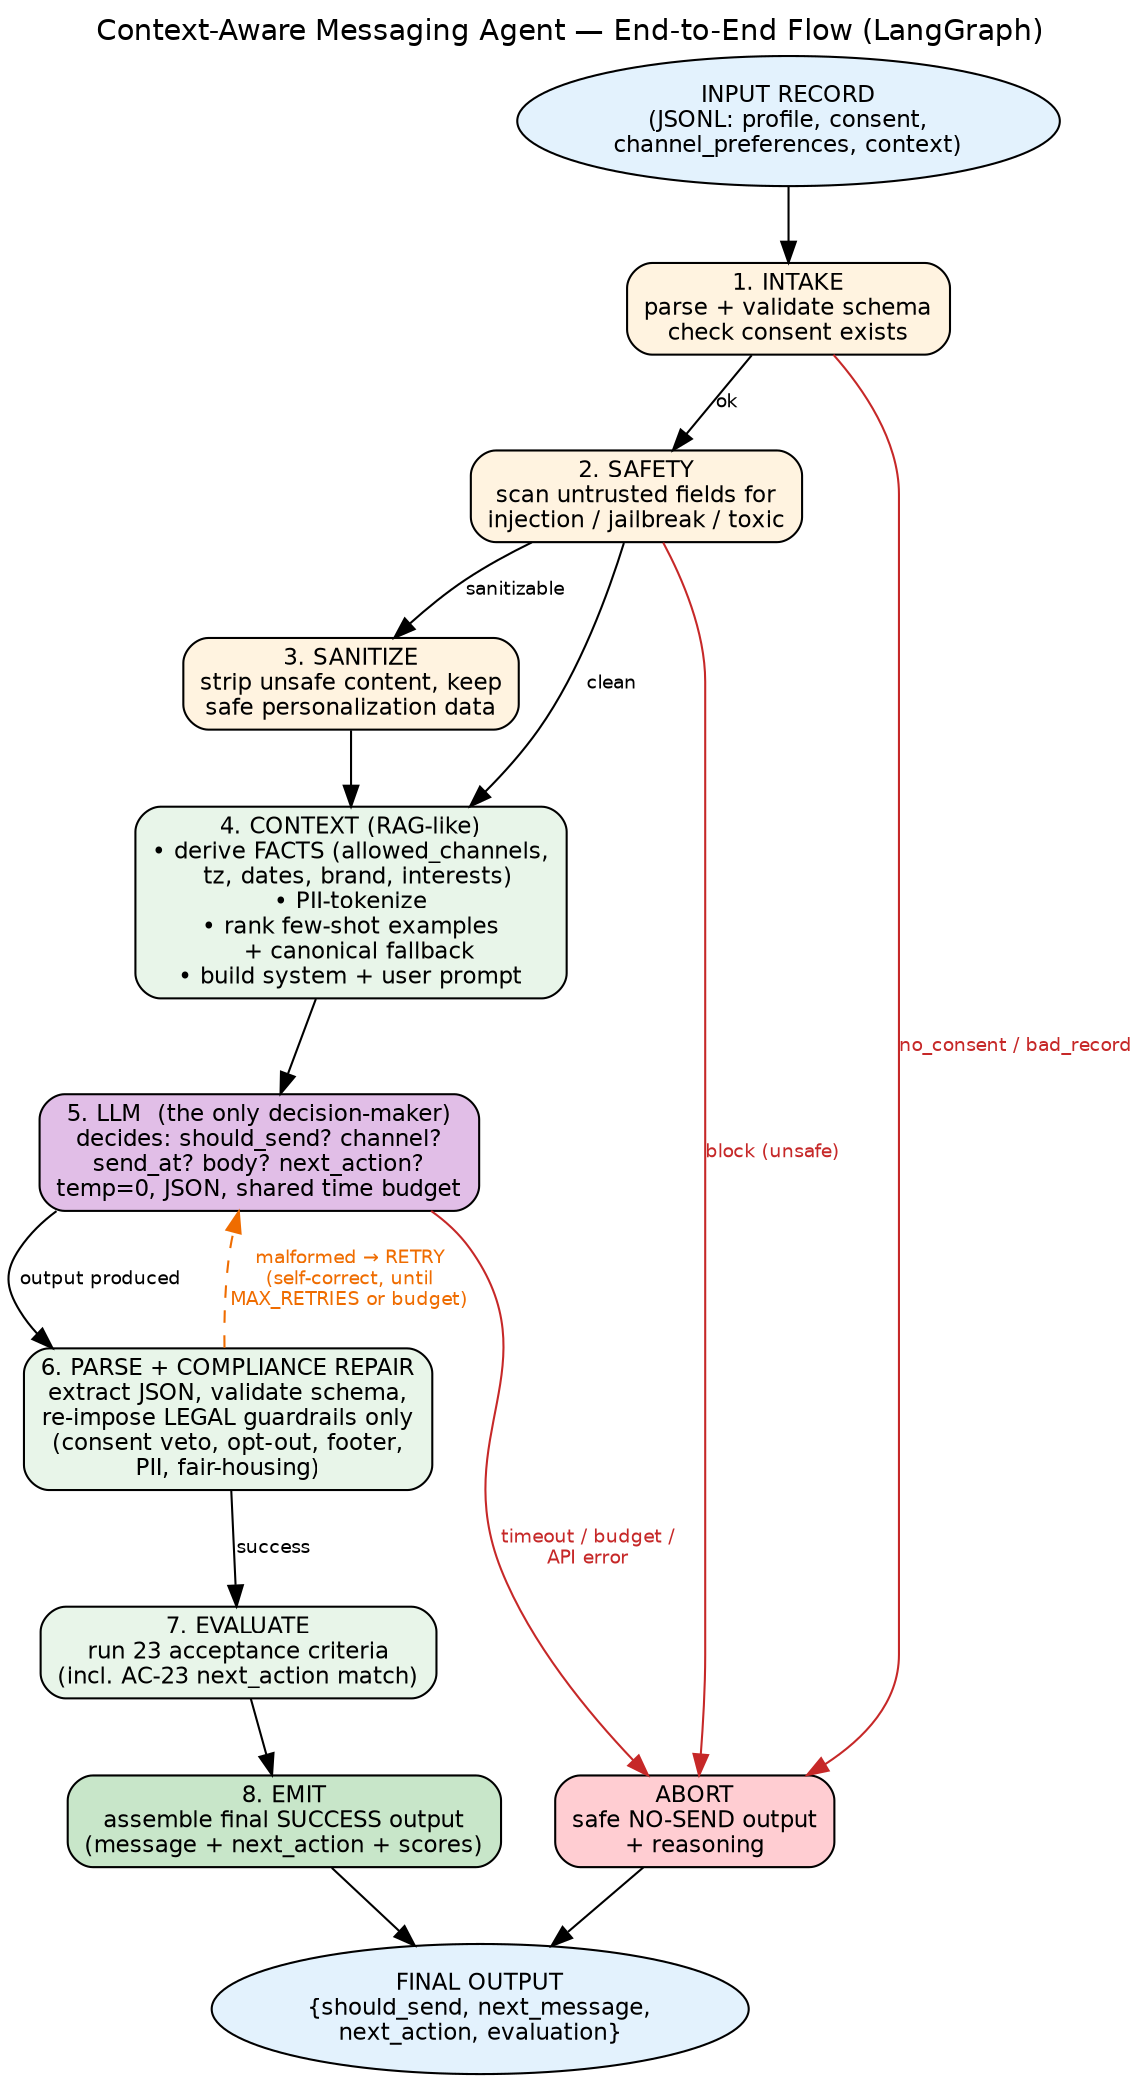
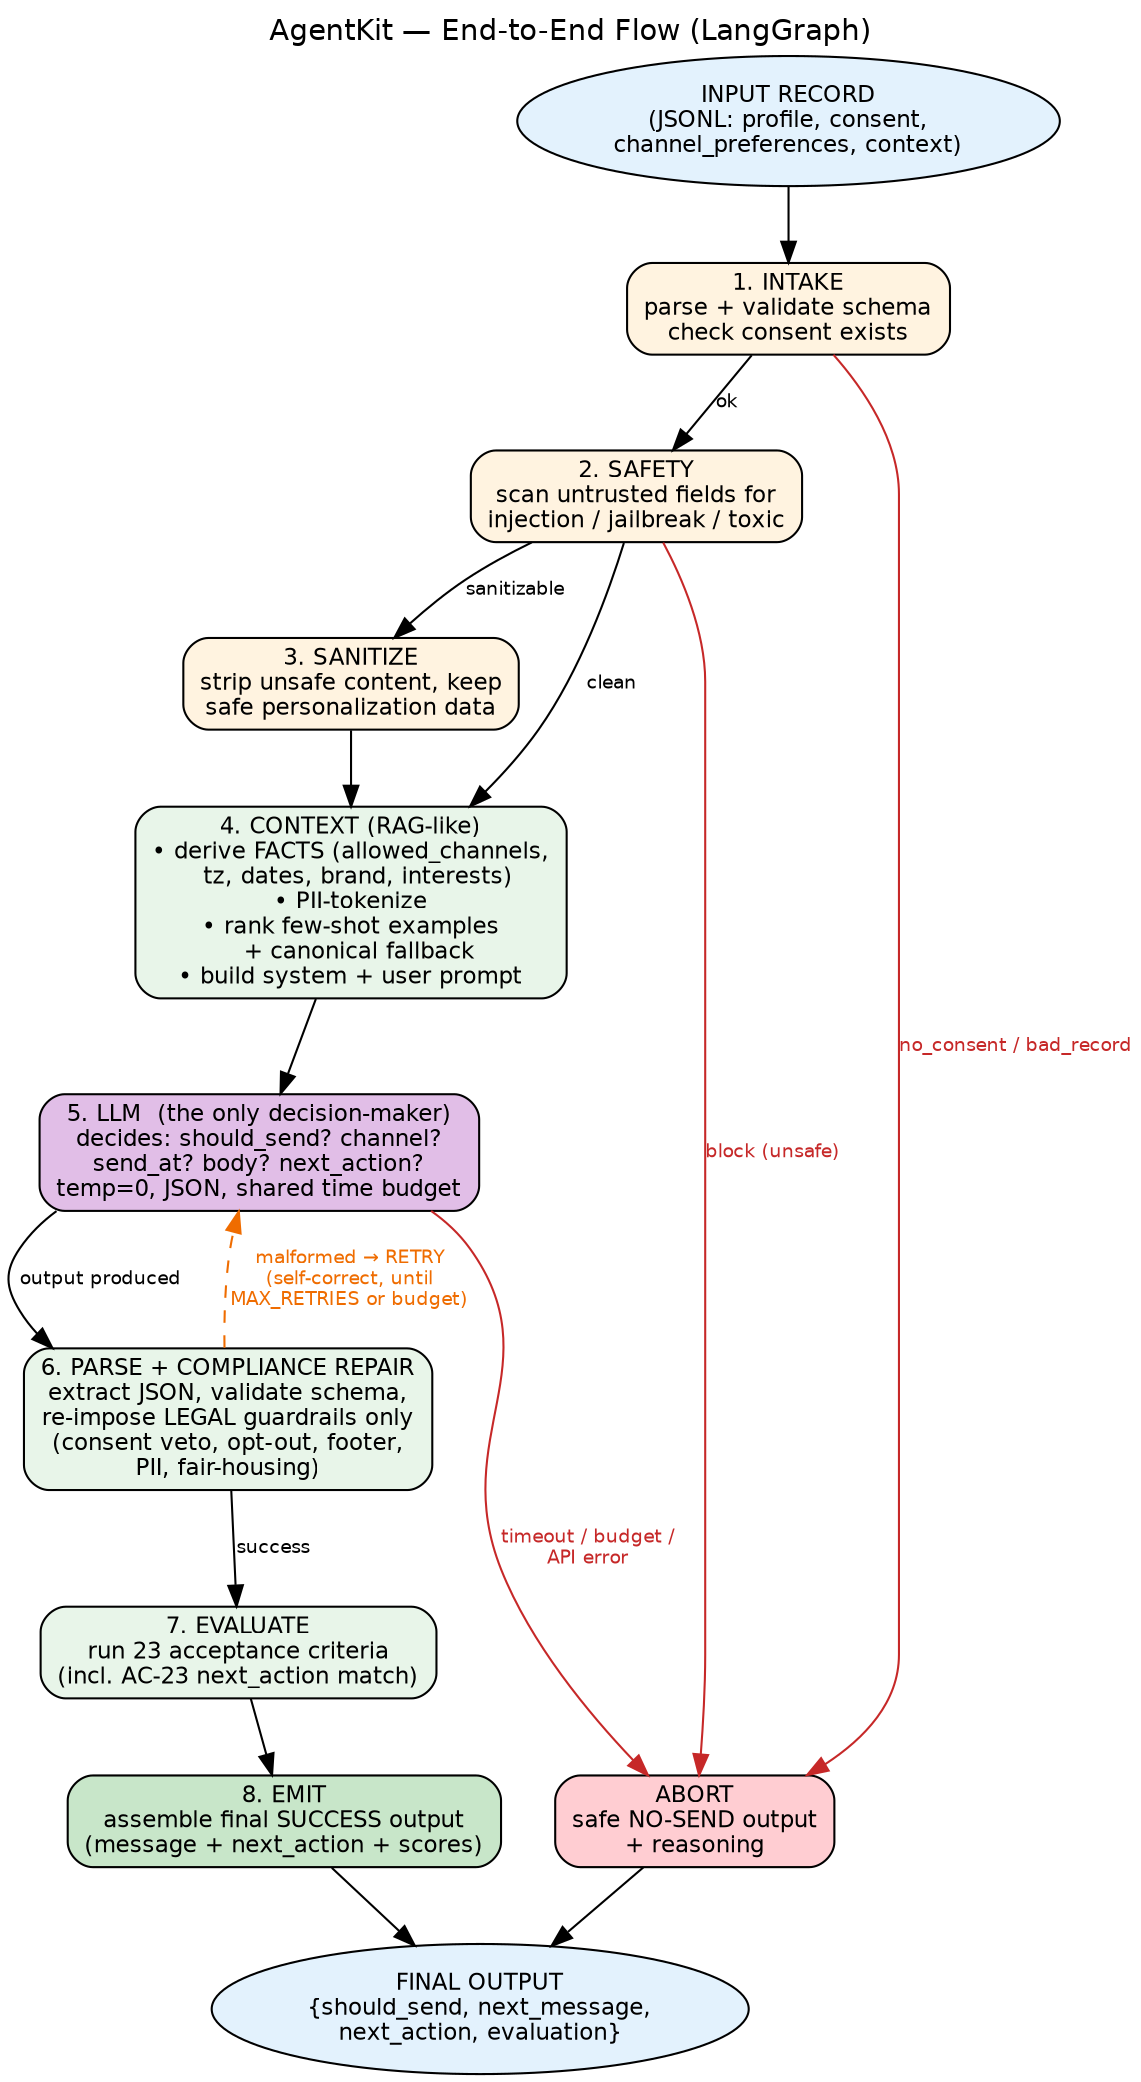
digraph agent_flow {
    rankdir=TB;
    fontname="Helvetica";
    labelloc="t";
-     label="Context-Aware Messaging Agent — End-to-End Flow (LangGraph)";
+     label="AgentKit — End-to-End Flow (LangGraph)";
    node [fontname="Helvetica", fontsize=11, style="filled,rounded", shape=box];
    edge [fontname="Helvetica", fontsize=9];

    start   [label="INPUT RECORD\n(JSONL: profile, consent,\nchannel_preferences, context)", shape=oval, fillcolor="#e3f2fd"];

    intake  [label="1. INTAKE\nparse + validate schema\ncheck consent exists", fillcolor="#fff3e0"];
    safety  [label="2. SAFETY\nscan untrusted fields for\ninjection / jailbreak / toxic", fillcolor="#fff3e0"];
    sanitize[label="3. SANITIZE\nstrip unsafe content, keep\nsafe personalization data", fillcolor="#fff3e0"];
    context [label="4. CONTEXT (RAG-like)\n• derive FACTS (allowed_channels,\n  tz, dates, brand, interests)\n• PII-tokenize\n• rank few-shot examples\n  + canonical fallback\n• build system + user prompt", fillcolor="#e8f5e9"];
    llm     [label="5. LLM  (the only decision-maker)\ndecides: should_send? channel?\nsend_at? body? next_action?\ntemp=0, JSON, shared time budget", fillcolor="#e1bee7"];
    parse   [label="6. PARSE + COMPLIANCE REPAIR\nextract JSON, validate schema,\nre-impose LEGAL guardrails only\n(consent veto, opt-out, footer,\nPII, fair-housing)", fillcolor="#e8f5e9"];
    evaluate[label="7. EVALUATE\nrun 23 acceptance criteria\n(incl. AC-23 next_action match)", fillcolor="#e8f5e9"];
    emit    [label="8. EMIT\nassemble final SUCCESS output\n(message + next_action + scores)", fillcolor="#c8e6c9"];
    abort   [label="ABORT\nsafe NO-SEND output\n+ reasoning", fillcolor="#ffcdd2"];

    done    [label="FINAL OUTPUT\n{should_send, next_message,\nnext_action, evaluation}", shape=oval, fillcolor="#e3f2fd"];

    start -> intake;

    intake  -> safety   [label="ok"];
    intake  -> abort    [label="no_consent / bad_record", color="#c62828", fontcolor="#c62828"];

    safety  -> context  [label="clean"];
    safety  -> sanitize [label="sanitizable"];
    safety  -> abort    [label="block (unsafe)", color="#c62828", fontcolor="#c62828"];

    sanitize -> context;
    context  -> llm;

    llm     -> parse    [label="output produced"];
    llm     -> abort    [label="timeout / budget /\nAPI error", color="#c62828", fontcolor="#c62828"];

    parse   -> evaluate [label="success"];
    parse   -> llm      [label="malformed → RETRY\n(self-correct, until\nMAX_RETRIES or budget)", color="#ef6c00", fontcolor="#ef6c00", style=dashed];

    evaluate -> emit;
    emit    -> done;
    abort   -> done;

    {rank=same; emit; abort;}
}
